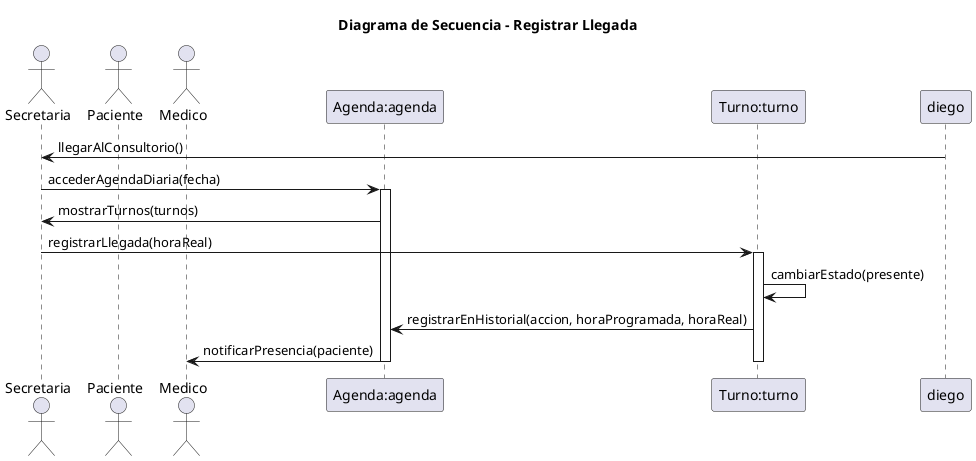
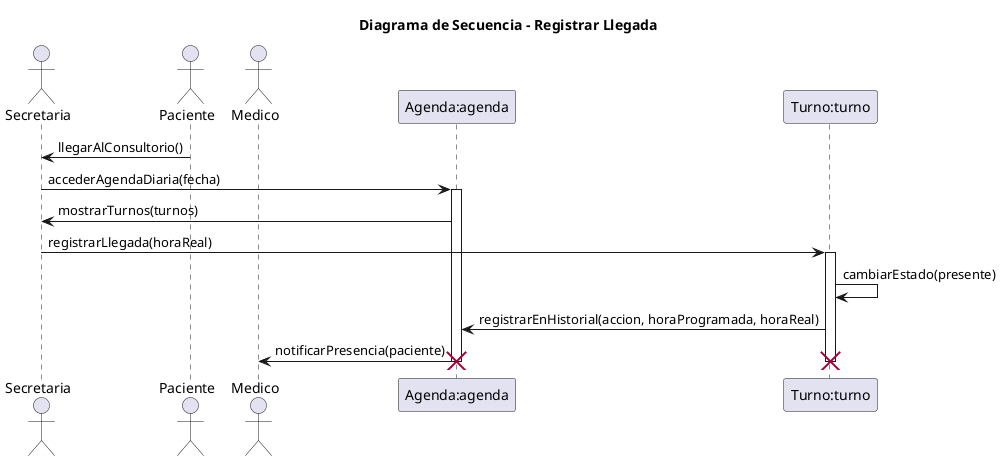
- @startuml
+ @startuml 05-secuencia-registrar-llegada-04
+ 
title Diagrama de Secuencia - Registrar Llegada
' Nombre del escenario: Registrar Llegada del Paciente - Flujo Principal
' Archivo: diagramas/03-escenarios-casos-de-uso/03-registrar-llegada-flujo-principal.md
' Objetivo: Representar el registro de llegada de un paciente en el día de la cita, involucrando secretaria, paciente, médico y sistema, basado en responsabilidades de CRC (Secretaria gestiona turnos, Turno modifica estados, Medico atiende pacientes, Agenda muestra turnos).

- actor Secretaria as victoria
- actor Paciente as diego_martinez
- actor Medico as drMolina
+ actor Secretaria as secretaria
+ actor Paciente as paciente
+ actor Medico as medico
participant "Agenda:agenda" as agenda
participant "Turno:turno" as turno

- diego -> victoria: llegarAlConsultorio()
+ paciente -> secretaria: llegarAlConsultorio()

- victoria -> agenda: accederAgendaDiaria(fecha)
+ secretaria -> agenda: accederAgendaDiaria(fecha)
activate agenda

- agenda -> victoria: mostrarTurnos(turnos)
- victoria -> turno: registrarLlegada(horaReal)
+ agenda -> secretaria: mostrarTurnos(turnos)
+ secretaria -> turno: registrarLlegada(horaReal)
activate turno

turno -> turno: cambiarEstado(presente)
turno -> agenda: registrarEnHistorial(accion, horaProgramada, horaReal)

- agenda -> drMolina: notificarPresencia(paciente)
+ agenda -> medico: notificarPresencia(paciente)

deactivate turno
deactivate agenda
+ 
+ destroy turno
+ destroy agenda
+ 
@enduml